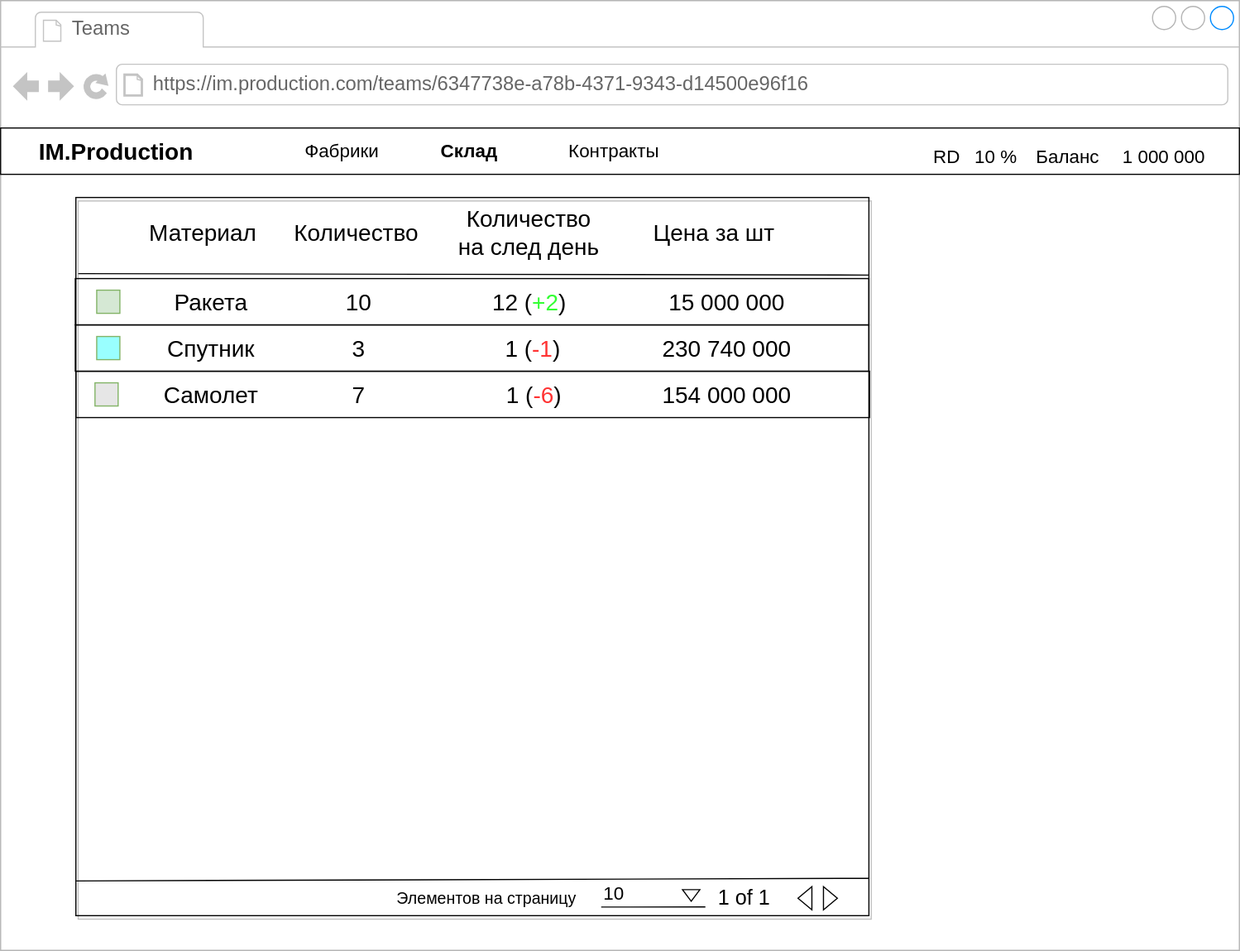
The draw.io diagram docs/mockups/Warehouse.svg in yafarkin/im.production, before a commit. Source tidied: cells renumbered, new cells last; positions are measured from the earlier drawing's top-left corner, leaving out a move shared by most shapes.
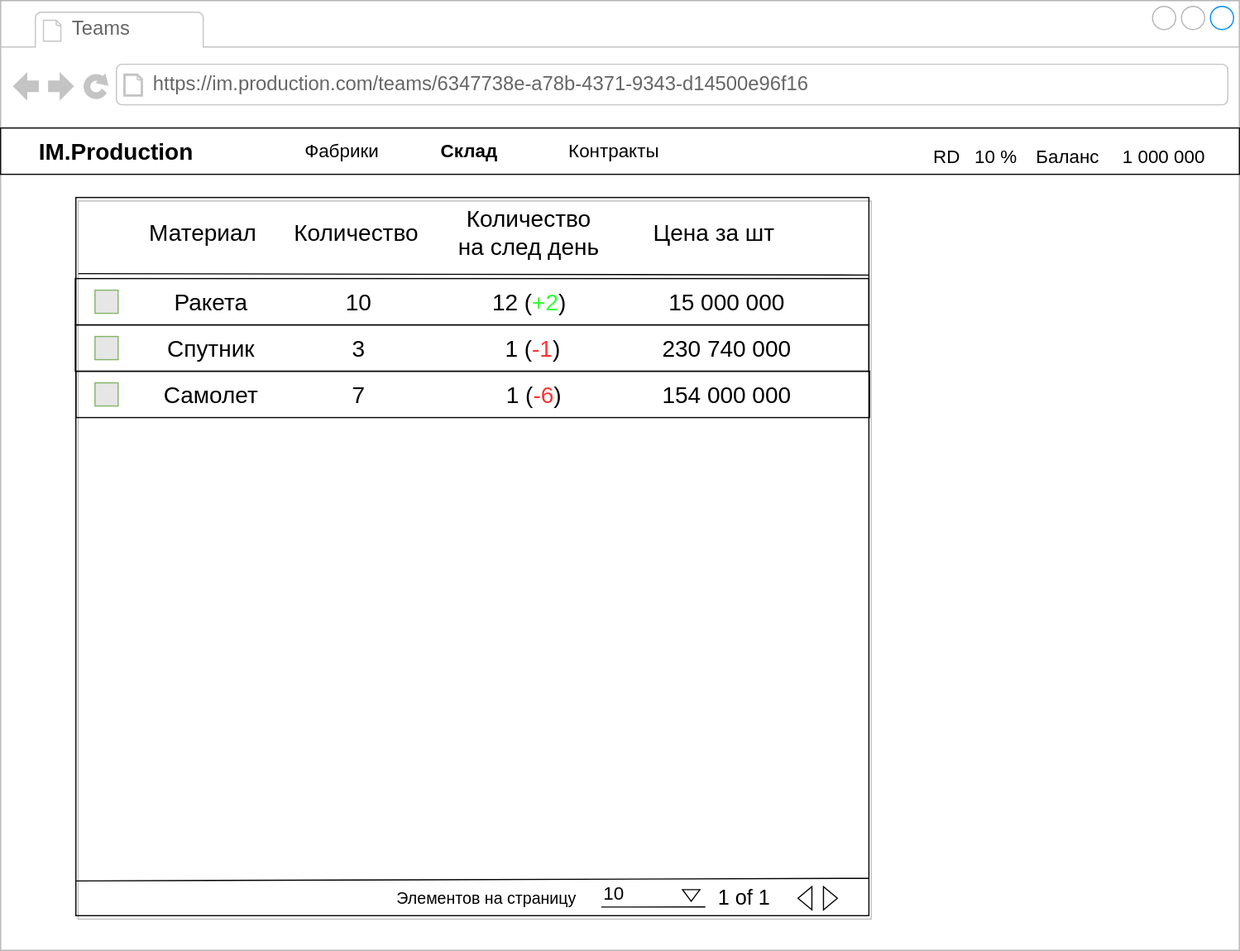
The same diagram one commit later.

What changed in the source:
```diff
@@ -47,9 +47,6 @@
     <mxCell id="16" style="rounded=0;whiteSpace=wrap;html=1;shadow=0;glass=0;comic=0;labelBackgroundColor=none;fillColor=none;fontColor=none;" parent="2" vertex="1">
       <mxGeometry x="64.5" y="240" width="685.5" height="40" as="geometry" />
     </mxCell>
-    <mxCell id="17" style="rounded=0;whiteSpace=wrap;html=1;shadow=0;glass=0;comic=0;labelBackgroundColor=none;fillColor=#D5E8D4;strokeColor=#82b366;" parent="2" vertex="1">
-      <mxGeometry x="83" y="250" width="20" height="20" as="geometry" />
-    </mxCell>
     <mxCell id="18" value="&lt;font style=&quot;font-size: 20px&quot;&gt;Ракета&lt;/font&gt;" style="text;html=1;strokeColor=none;fillColor=none;align=center;verticalAlign=middle;whiteSpace=wrap;rounded=0;shadow=1;glass=0;comic=0;labelBackgroundColor=none;fontColor=none;" parent="2" vertex="1">
       <mxGeometry x="137" y="240" width="90" height="40" as="geometry" />
     </mxCell>
@@ -62,9 +59,6 @@
     <mxCell id="21" value="&lt;font style=&quot;font-size: 20px&quot;&gt;15 000 000&lt;/font&gt;" style="text;html=1;strokeColor=none;fillColor=none;align=center;verticalAlign=middle;whiteSpace=wrap;rounded=0;shadow=1;glass=0;comic=0;labelBackgroundColor=none;fontColor=none;" parent="2" vertex="1">
       <mxGeometry x="563.5" y="245" width="127" height="30" as="geometry" />
     </mxCell>
-    <mxCell id="22" style="rounded=0;whiteSpace=wrap;html=1;shadow=0;glass=0;comic=0;labelBackgroundColor=none;fillColor=#99FFFF;strokeColor=#82b366;" parent="2" vertex="1">
-      <mxGeometry x="83" y="290" width="20" height="20" as="geometry" />
-    </mxCell>
     <mxCell id="23" style="rounded=0;whiteSpace=wrap;html=1;shadow=0;glass=0;comic=0;labelBackgroundColor=none;fillColor=none;fontColor=none;" parent="2" vertex="1">
       <mxGeometry x="64.5" y="280" width="685.5" height="40" as="geometry" />
     </mxCell>
@@ -138,5 +132,11 @@
     <mxCell id="45" value="&lt;div&gt;&lt;font style=&quot;font-size: 16px&quot;&gt;10 %&lt;/font&gt;&lt;/div&gt;" style="text;html=1;strokeColor=none;fillColor=none;align=center;verticalAlign=middle;whiteSpace=wrap;rounded=0;" parent="2" vertex="1">
       <mxGeometry x="835" y="126.5" width="50" height="16.5" as="geometry" />
     </mxCell>
+    <mxCell id="46" style="rounded=0;whiteSpace=wrap;html=1;shadow=0;glass=0;comic=0;labelBackgroundColor=none;fillColor=#E6E6E6;strokeColor=#82b366;" parent="2" vertex="1">
+      <mxGeometry x="81.5" y="250" width="20" height="20" as="geometry" />
+    </mxCell>
+    <mxCell id="47" style="rounded=0;whiteSpace=wrap;html=1;shadow=0;glass=0;comic=0;labelBackgroundColor=none;fillColor=#E6E6E6;strokeColor=#82b366;" parent="2" vertex="1">
+      <mxGeometry x="81.5" y="290" width="20" height="20" as="geometry" />
+    </mxCell>
   </root>
 </mxGraphModel>
```
